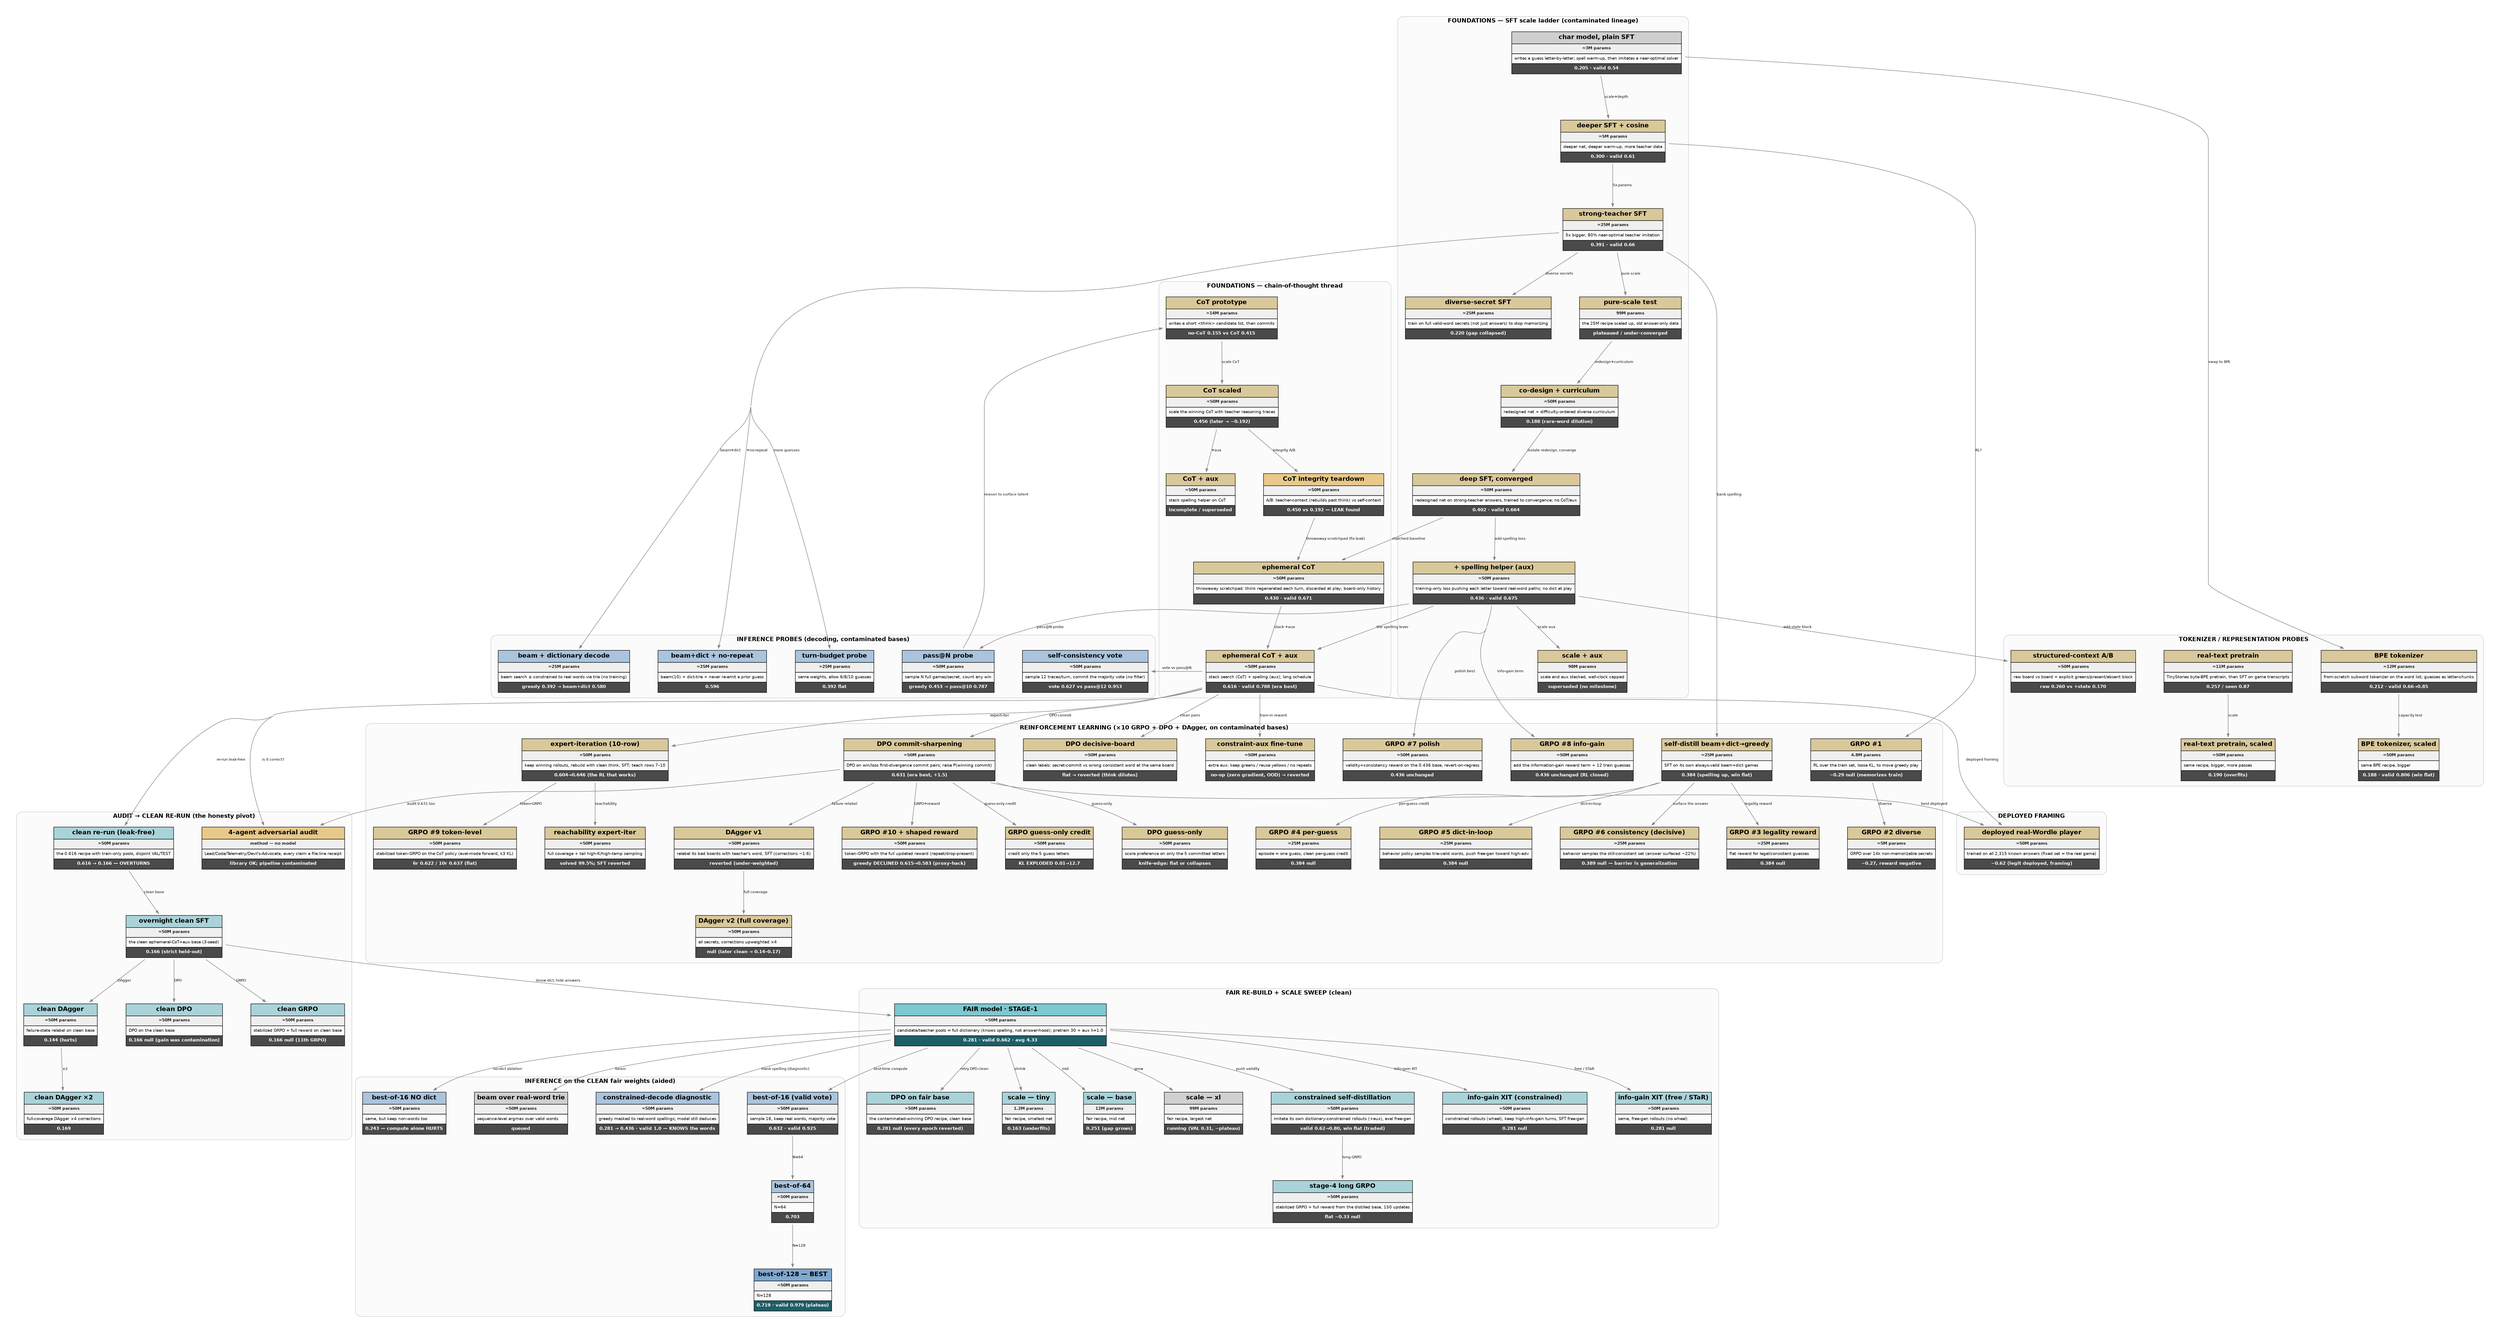
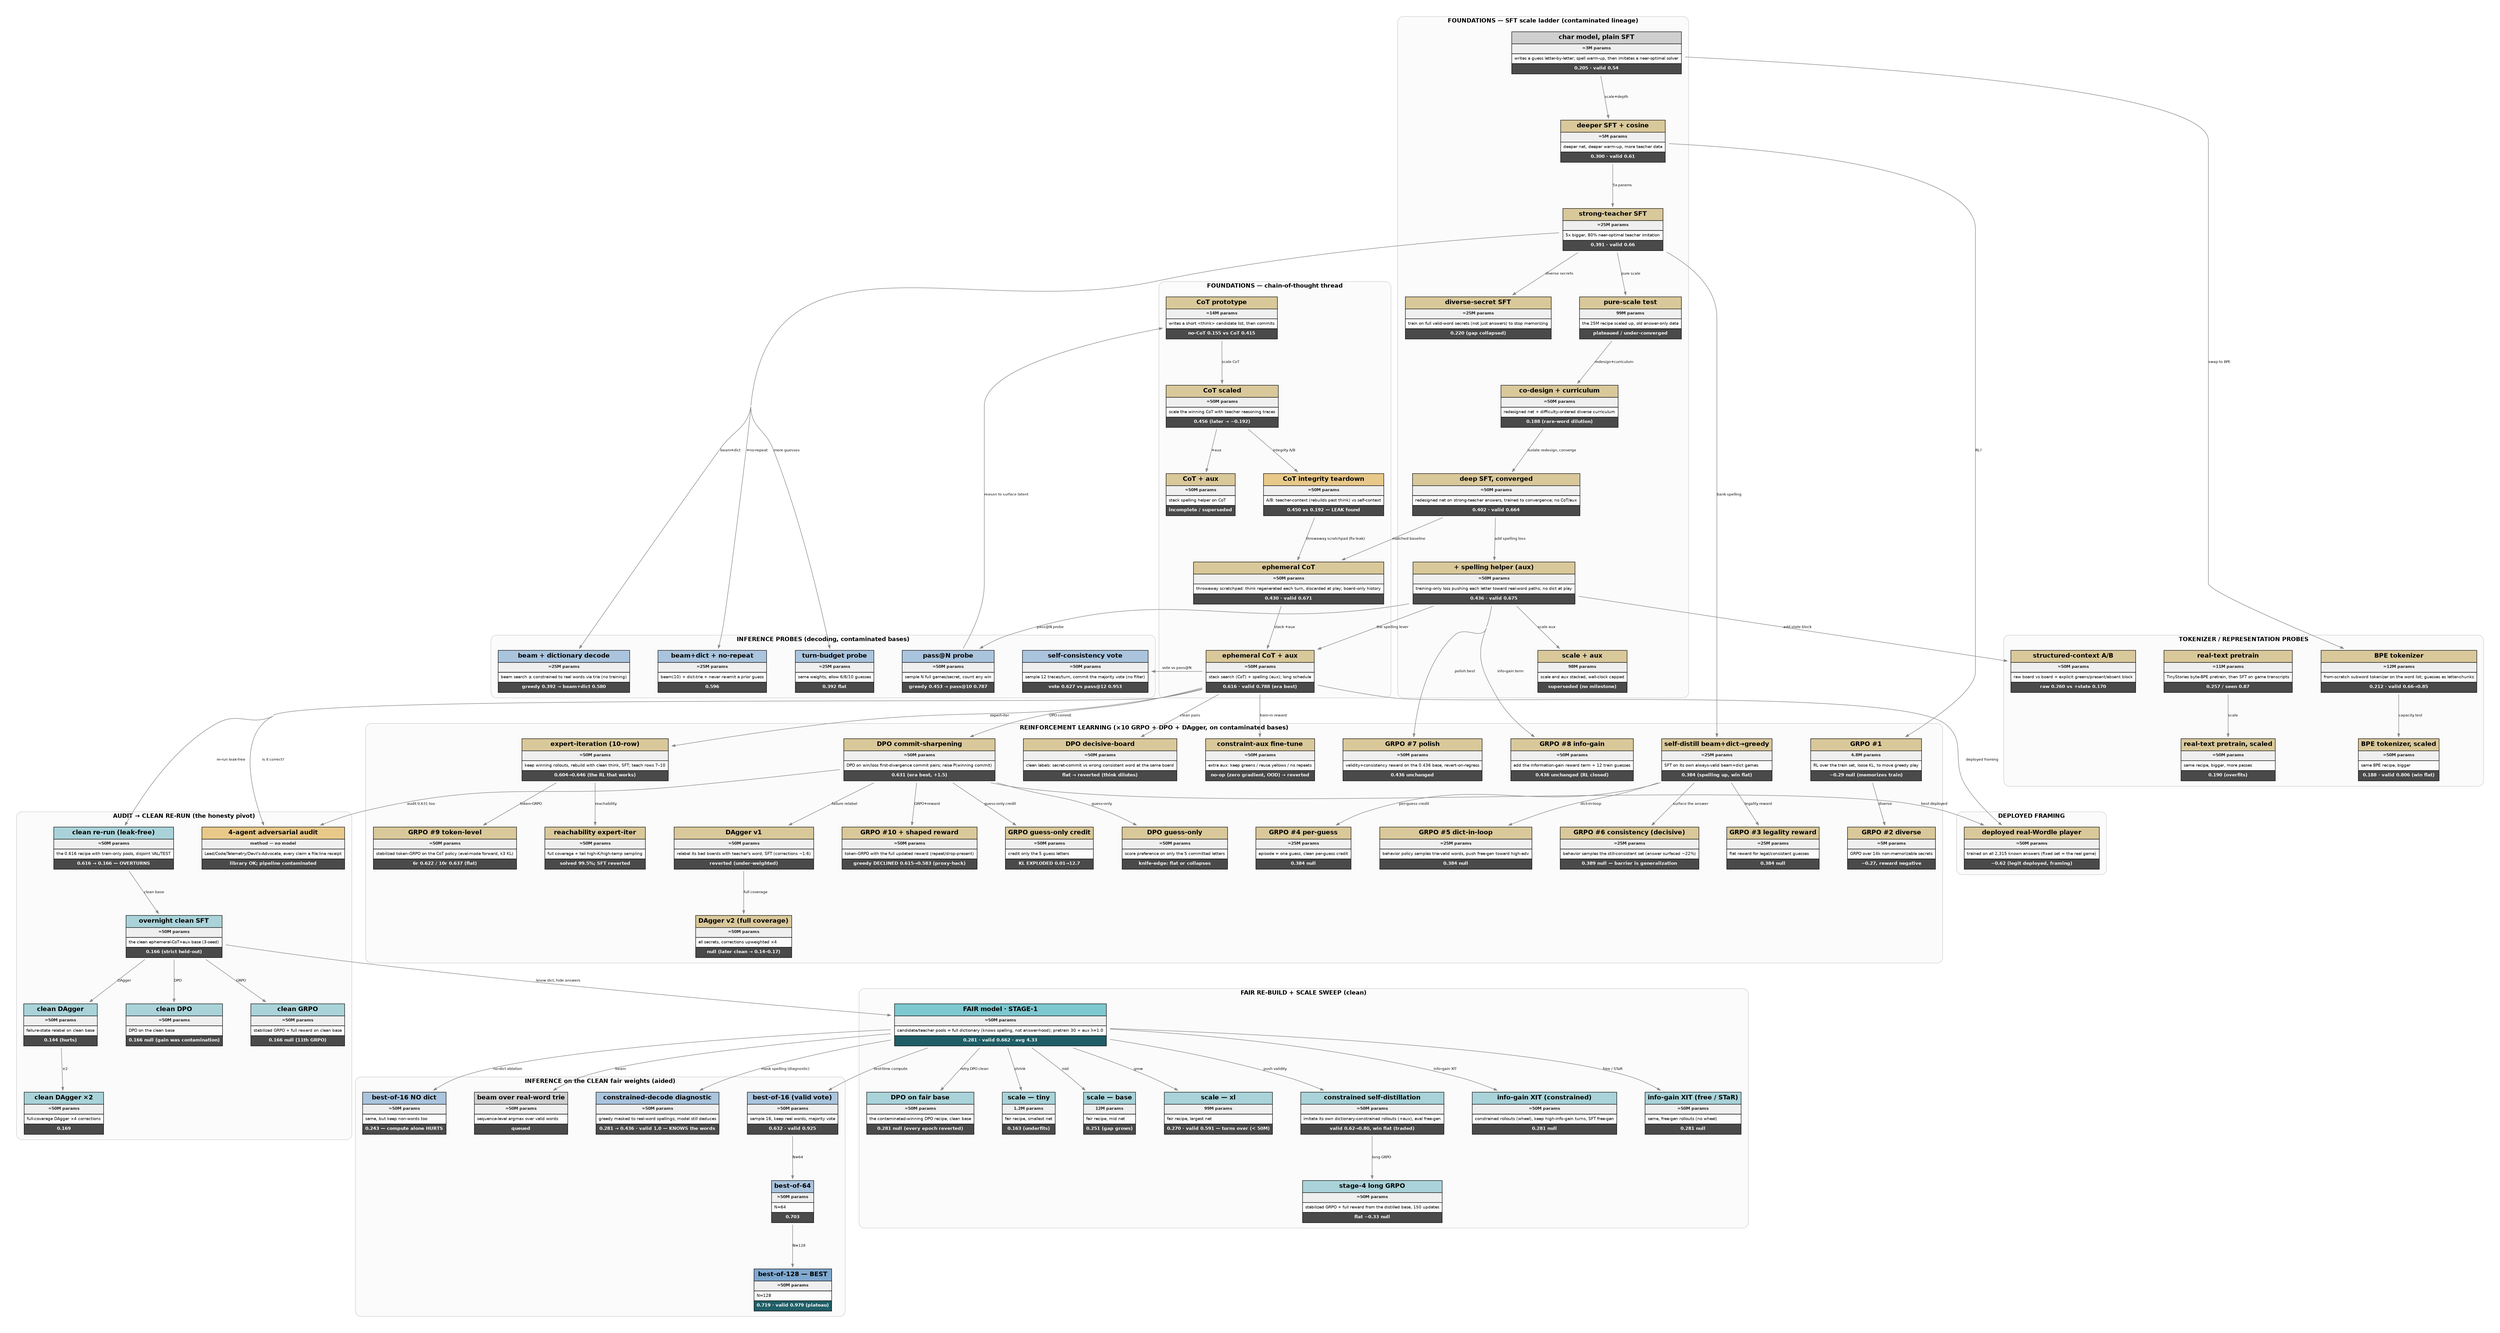
digraph experiments {
  rankdir=TB; bgcolor="white";
  graph [fontname="Helvetica", ranksep=1.2, nodesep=0.65, fontsize=13, concentrate=true, splines=spline, pad=0.4];
  node [shape=plaintext, fontname="Helvetica"];
  edge [fontname="Helvetica", fontsize=8, color="#888888", penwidth=1.1, arrowsize=0.7];
  subgraph cluster_found { label=<<B>FOUNDATIONS — SFT scale ladder (contaminated lineage)</B>>; fontsize=13; color="#cccccc"; style="rounded"; bgcolor="#fbfbfb";
    sft_3m [label=<<TABLE BORDER="0" CELLBORDER="1" CELLSPACING="0" CELLPADDING="5"><TR><TD BGCOLOR="#cfcfcf"><B>char model, plain SFT</B></TD></TR><TR><TD BGCOLOR="#efefef"><FONT POINT-SIZE="9" COLOR="#222222"><B>≈3M params</B></FONT></TD></TR><TR><TD ALIGN="LEFT"><FONT POINT-SIZE="9">writes a guess letter-by-letter; spell warm-up, then imitates a near-optimal solver</FONT></TD></TR><TR><TD BGCOLOR="#4a4a4a"><FONT COLOR="white" POINT-SIZE="10"><B>0.205 · valid 0.54</B></FONT></TD></TR></TABLE>>];
    sft_5m [label=<<TABLE BORDER="0" CELLBORDER="1" CELLSPACING="0" CELLPADDING="5"><TR><TD BGCOLOR="#d9c89a"><B>deeper SFT + cosine</B></TD></TR><TR><TD BGCOLOR="#efefef"><FONT POINT-SIZE="9" COLOR="#222222"><B>≈5M params</B></FONT></TD></TR><TR><TD ALIGN="LEFT"><FONT POINT-SIZE="9">deeper net, deeper warm-up, more teacher data</FONT></TD></TR><TR><TD BGCOLOR="#4a4a4a"><FONT COLOR="white" POINT-SIZE="10"><B>0.300 · valid 0.61</B></FONT></TD></TR></TABLE>>];
    sft_25m [label=<<TABLE BORDER="0" CELLBORDER="1" CELLSPACING="0" CELLPADDING="5"><TR><TD BGCOLOR="#d9c89a"><B>strong-teacher SFT</B></TD></TR><TR><TD BGCOLOR="#efefef"><FONT POINT-SIZE="9" COLOR="#222222"><B>≈25M params</B></FONT></TD></TR><TR><TD ALIGN="LEFT"><FONT POINT-SIZE="9">5x bigger, 80% near-optimal teacher imitation</FONT></TD></TR><TR><TD BGCOLOR="#4a4a4a"><FONT COLOR="white" POINT-SIZE="10"><B>0.391 · valid 0.66</B></FONT></TD></TR></TABLE>>];
    sft_25m_div [label=<<TABLE BORDER="0" CELLBORDER="1" CELLSPACING="0" CELLPADDING="5"><TR><TD BGCOLOR="#d9c89a"><B>diverse-secret SFT</B></TD></TR><TR><TD BGCOLOR="#efefef"><FONT POINT-SIZE="9" COLOR="#222222"><B>≈25M params</B></FONT></TD></TR><TR><TD ALIGN="LEFT"><FONT POINT-SIZE="9">train on full valid-word secrets (not just answers) to stop memorizing</FONT></TD></TR><TR><TD BGCOLOR="#4a4a4a"><FONT COLOR="white" POINT-SIZE="10"><B>0.220 (gap collapsed)</B></FONT></TD></TR></TABLE>>];
    scale_99m [label=<<TABLE BORDER="0" CELLBORDER="1" CELLSPACING="0" CELLPADDING="5"><TR><TD BGCOLOR="#d9c89a"><B>pure-scale test</B></TD></TR><TR><TD BGCOLOR="#efefef"><FONT POINT-SIZE="9" COLOR="#222222"><B>99M params</B></FONT></TD></TR><TR><TD ALIGN="LEFT"><FONT POINT-SIZE="9">the 25M recipe scaled up, old answer-only data</FONT></TD></TR><TR><TD BGCOLOR="#4a4a4a"><FONT COLOR="white" POINT-SIZE="10"><B>plateaued / under-converged</B></FONT></TD></TR></TABLE>>];
    codesign_50m [label=<<TABLE BORDER="0" CELLBORDER="1" CELLSPACING="0" CELLPADDING="5"><TR><TD BGCOLOR="#d9c89a"><B>co-design + curriculum</B></TD></TR><TR><TD BGCOLOR="#efefef"><FONT POINT-SIZE="9" COLOR="#222222"><B>≈50M params</B></FONT></TD></TR><TR><TD ALIGN="LEFT"><FONT POINT-SIZE="9">redesigned net + difficulty-ordered diverse curriculum</FONT></TD></TR><TR><TD BGCOLOR="#4a4a4a"><FONT COLOR="white" POINT-SIZE="10"><B>0.188 (rare-word dilution)</B></FONT></TD></TR></TABLE>>];
    sft_deep [label=<<TABLE BORDER="0" CELLBORDER="1" CELLSPACING="0" CELLPADDING="5"><TR><TD BGCOLOR="#d9c89a"><B>deep SFT, converged</B></TD></TR><TR><TD BGCOLOR="#efefef"><FONT POINT-SIZE="9" COLOR="#222222"><B>≈50M params</B></FONT></TD></TR><TR><TD ALIGN="LEFT"><FONT POINT-SIZE="9">redesigned net on strong-teacher answers, trained to convergence; no CoT/aux</FONT></TD></TR><TR><TD BGCOLOR="#4a4a4a"><FONT COLOR="white" POINT-SIZE="10"><B>0.402 · valid 0.664</B></FONT></TD></TR></TABLE>>];
    sft_aux [label=<<TABLE BORDER="0" CELLBORDER="1" CELLSPACING="0" CELLPADDING="5"><TR><TD BGCOLOR="#d9c89a"><B>+ spelling helper (aux)</B></TD></TR><TR><TD BGCOLOR="#efefef"><FONT POINT-SIZE="9" COLOR="#222222"><B>≈50M params</B></FONT></TD></TR><TR><TD ALIGN="LEFT"><FONT POINT-SIZE="9">training-only loss pushing each letter toward real-word paths; no dict at play</FONT></TD></TR><TR><TD BGCOLOR="#4a4a4a"><FONT COLOR="white" POINT-SIZE="10"><B>0.436 · valid 0.675</B></FONT></TD></TR></TABLE>>];
    sft_aux_xl [label=<<TABLE BORDER="0" CELLBORDER="1" CELLSPACING="0" CELLPADDING="5"><TR><TD BGCOLOR="#d9c89a"><B>scale + aux</B></TD></TR><TR><TD BGCOLOR="#efefef"><FONT POINT-SIZE="9" COLOR="#222222"><B>98M params</B></FONT></TD></TR><TR><TD ALIGN="LEFT"><FONT POINT-SIZE="9">scale and aux stacked, wall-clock capped</FONT></TD></TR><TR><TD BGCOLOR="#4a4a4a"><FONT COLOR="white" POINT-SIZE="10"><B>superseded (no milestone)</B></FONT></TD></TR></TABLE>>];
  }
  subgraph cluster_cot { label=<<B>FOUNDATIONS — chain-of-thought thread</B>>; fontsize=13; color="#cccccc"; style="rounded"; bgcolor="#fbfbfb";
    cot_14m [label=<<TABLE BORDER="0" CELLBORDER="1" CELLSPACING="0" CELLPADDING="5"><TR><TD BGCOLOR="#d9c89a"><B>CoT prototype</B></TD></TR><TR><TD BGCOLOR="#efefef"><FONT POINT-SIZE="9" COLOR="#222222"><B>≈14M params</B></FONT></TD></TR><TR><TD ALIGN="LEFT"><FONT POINT-SIZE="9">writes a short &lt;think&gt; candidate list, then commits</FONT></TD></TR><TR><TD BGCOLOR="#4a4a4a"><FONT COLOR="white" POINT-SIZE="10"><B>no-CoT 0.155 vs CoT 0.415</B></FONT></TD></TR></TABLE>>];
    cot_50m [label=<<TABLE BORDER="0" CELLBORDER="1" CELLSPACING="0" CELLPADDING="5"><TR><TD BGCOLOR="#d9c89a"><B>CoT scaled</B></TD></TR><TR><TD BGCOLOR="#efefef"><FONT POINT-SIZE="9" COLOR="#222222"><B>≈50M params</B></FONT></TD></TR><TR><TD ALIGN="LEFT"><FONT POINT-SIZE="9">scale the winning CoT with teacher reasoning traces</FONT></TD></TR><TR><TD BGCOLOR="#4a4a4a"><FONT COLOR="white" POINT-SIZE="10"><B>0.456 (later → ~0.192)</B></FONT></TD></TR></TABLE>>];
    cot_50m_aux [label=<<TABLE BORDER="0" CELLBORDER="1" CELLSPACING="0" CELLPADDING="5"><TR><TD BGCOLOR="#d9c89a"><B>CoT + aux</B></TD></TR><TR><TD BGCOLOR="#efefef"><FONT POINT-SIZE="9" COLOR="#222222"><B>≈50M params</B></FONT></TD></TR><TR><TD ALIGN="LEFT"><FONT POINT-SIZE="9">stack spelling helper on CoT</FONT></TD></TR><TR><TD BGCOLOR="#4a4a4a"><FONT COLOR="white" POINT-SIZE="10"><B>incomplete / superseded</B></FONT></TD></TR></TABLE>>];
    cot_show [label=<<TABLE BORDER="0" CELLBORDER="1" CELLSPACING="0" CELLPADDING="5"><TR><TD BGCOLOR="#e8c98a"><B>CoT integrity teardown</B></TD></TR><TR><TD BGCOLOR="#efefef"><FONT POINT-SIZE="9" COLOR="#222222"><B>≈50M params</B></FONT></TD></TR><TR><TD ALIGN="LEFT"><FONT POINT-SIZE="9">A/B: teacher-context (rebuilds past think) vs self-context</FONT></TD></TR><TR><TD BGCOLOR="#4a4a4a"><FONT COLOR="white" POINT-SIZE="10"><B>0.450 vs 0.192 — LEAK found</B></FONT></TD></TR></TABLE>>];
    cot_eph [label=<<TABLE BORDER="0" CELLBORDER="1" CELLSPACING="0" CELLPADDING="5"><TR><TD BGCOLOR="#d9c89a"><B>ephemeral CoT</B></TD></TR><TR><TD BGCOLOR="#efefef"><FONT POINT-SIZE="9" COLOR="#222222"><B>≈50M params</B></FONT></TD></TR><TR><TD ALIGN="LEFT"><FONT POINT-SIZE="9">throwaway scratchpad: think regenerated each turn, discarded at play; board-only history</FONT></TD></TR><TR><TD BGCOLOR="#4a4a4a"><FONT COLOR="white" POINT-SIZE="10"><B>0.430 · valid 0.671</B></FONT></TD></TR></TABLE>>];
    cot_eph_aux [label=<<TABLE BORDER="0" CELLBORDER="1" CELLSPACING="0" CELLPADDING="5"><TR><TD BGCOLOR="#d9c89a"><B>ephemeral CoT + aux</B></TD></TR><TR><TD BGCOLOR="#efefef"><FONT POINT-SIZE="9" COLOR="#222222"><B>≈50M params</B></FONT></TD></TR><TR><TD ALIGN="LEFT"><FONT POINT-SIZE="9">stack search (CoT) + spelling (aux); long schedule</FONT></TD></TR><TR><TD BGCOLOR="#4a4a4a"><FONT COLOR="white" POINT-SIZE="10"><B>0.616 · valid 0.788 (era best)</B></FONT></TD></TR></TABLE>>];
  }
  subgraph cluster_val { label=<<B>TOKENIZER / REPRESENTATION PROBES</B>>; fontsize=13; color="#cccccc"; style="rounded"; bgcolor="#fbfbfb";
    bpe_12m [label=<<TABLE BORDER="0" CELLBORDER="1" CELLSPACING="0" CELLPADDING="5"><TR><TD BGCOLOR="#d9c89a"><B>BPE tokenizer</B></TD></TR><TR><TD BGCOLOR="#efefef"><FONT POINT-SIZE="9" COLOR="#222222"><B>≈12M params</B></FONT></TD></TR><TR><TD ALIGN="LEFT"><FONT POINT-SIZE="9">from-scratch subword tokenizer on the word list; guesses as letter-chunks</FONT></TD></TR><TR><TD BGCOLOR="#4a4a4a"><FONT COLOR="white" POINT-SIZE="10"><B>0.212 · valid 0.66→0.85</B></FONT></TD></TR></TABLE>>];
    bpe_50m [label=<<TABLE BORDER="0" CELLBORDER="1" CELLSPACING="0" CELLPADDING="5"><TR><TD BGCOLOR="#d9c89a"><B>BPE tokenizer, scaled</B></TD></TR><TR><TD BGCOLOR="#efefef"><FONT POINT-SIZE="9" COLOR="#222222"><B>≈50M params</B></FONT></TD></TR><TR><TD ALIGN="LEFT"><FONT POINT-SIZE="9">same BPE recipe, bigger</FONT></TD></TR><TR><TD BGCOLOR="#4a4a4a"><FONT COLOR="white" POINT-SIZE="10"><B>0.188 · valid 0.806 (win flat)</B></FONT></TD></TR></TABLE>>];
    oreo_11m [label=<<TABLE BORDER="0" CELLBORDER="1" CELLSPACING="0" CELLPADDING="5"><TR><TD BGCOLOR="#d9c89a"><B>real-text pretrain</B></TD></TR><TR><TD BGCOLOR="#efefef"><FONT POINT-SIZE="9" COLOR="#222222"><B>≈11M params</B></FONT></TD></TR><TR><TD ALIGN="LEFT"><FONT POINT-SIZE="9">TinyStories byte-BPE pretrain, then SFT on game transcripts</FONT></TD></TR><TR><TD BGCOLOR="#4a4a4a"><FONT COLOR="white" POINT-SIZE="10"><B>0.257 / seen 0.87</B></FONT></TD></TR></TABLE>>];
    oreo_50m [label=<<TABLE BORDER="0" CELLBORDER="1" CELLSPACING="0" CELLPADDING="5"><TR><TD BGCOLOR="#d9c89a"><B>real-text pretrain, scaled</B></TD></TR><TR><TD BGCOLOR="#efefef"><FONT POINT-SIZE="9" COLOR="#222222"><B>≈50M params</B></FONT></TD></TR><TR><TD ALIGN="LEFT"><FONT POINT-SIZE="9">same recipe, bigger, more passes</FONT></TD></TR><TR><TD BGCOLOR="#4a4a4a"><FONT COLOR="white" POINT-SIZE="10"><B>0.190 (overfits)</B></FONT></TD></TR></TABLE>>];
    structured_ctx [label=<<TABLE BORDER="0" CELLBORDER="1" CELLSPACING="0" CELLPADDING="5"><TR><TD BGCOLOR="#d9c89a"><B>structured-context A/B</B></TD></TR><TR><TD BGCOLOR="#efefef"><FONT POINT-SIZE="9" COLOR="#222222"><B>≈50M params</B></FONT></TD></TR><TR><TD ALIGN="LEFT"><FONT POINT-SIZE="9">raw board vs board + explicit greens/present/absent block</FONT></TD></TR><TR><TD BGCOLOR="#4a4a4a"><FONT COLOR="white" POINT-SIZE="10"><B>raw 0.260 vs +state 0.170</B></FONT></TD></TR></TABLE>>];
  }
  subgraph cluster_rl { label=<<B>REINFORCEMENT LEARNING (×10 GRPO + DPO + DAgger, on contaminated bases)</B>>; fontsize=13; color="#cccccc"; style="rounded"; bgcolor="#fbfbfb";
    grpo_5m [label=<<TABLE BORDER="0" CELLBORDER="1" CELLSPACING="0" CELLPADDING="5"><TR><TD BGCOLOR="#d9c89a"><B>GRPO #1</B></TD></TR><TR><TD BGCOLOR="#efefef"><FONT POINT-SIZE="9" COLOR="#222222"><B>4.8M params</B></FONT></TD></TR><TR><TD ALIGN="LEFT"><FONT POINT-SIZE="9">RL over the train set, loose KL, to move greedy play</FONT></TD></TR><TR><TD BGCOLOR="#4a4a4a"><FONT COLOR="white" POINT-SIZE="10"><B>~0.29 null (memorizes train)</B></FONT></TD></TR></TABLE>>];
    grpo_5m_div [label=<<TABLE BORDER="0" CELLBORDER="1" CELLSPACING="0" CELLPADDING="5"><TR><TD BGCOLOR="#d9c89a"><B>GRPO #2 diverse</B></TD></TR><TR><TD BGCOLOR="#efefef"><FONT POINT-SIZE="9" COLOR="#222222"><B>≈5M params</B></FONT></TD></TR><TR><TD ALIGN="LEFT"><FONT POINT-SIZE="9">GRPO over 14k non-memorizable secrets</FONT></TD></TR><TR><TD BGCOLOR="#4a4a4a"><FONT COLOR="white" POINT-SIZE="10"><B>~0.27, reward negative</B></FONT></TD></TR></TABLE>>];
    self_distill_25m [label=<<TABLE BORDER="0" CELLBORDER="1" CELLSPACING="0" CELLPADDING="5"><TR><TD BGCOLOR="#d9c89a"><B>self-distill beam+dict→greedy</B></TD></TR><TR><TD BGCOLOR="#efefef"><FONT POINT-SIZE="9" COLOR="#222222"><B>≈25M params</B></FONT></TD></TR><TR><TD ALIGN="LEFT"><FONT POINT-SIZE="9">SFT on its own always-valid beam+dict games</FONT></TD></TR><TR><TD BGCOLOR="#4a4a4a"><FONT COLOR="white" POINT-SIZE="10"><B>0.384 (spelling up, win flat)</B></FONT></TD></TR></TABLE>>];
    rl_consistency [label=<<TABLE BORDER="0" CELLBORDER="1" CELLSPACING="0" CELLPADDING="5"><TR><TD BGCOLOR="#d9c89a"><B>GRPO #3 legality reward</B></TD></TR><TR><TD BGCOLOR="#efefef"><FONT POINT-SIZE="9" COLOR="#222222"><B>≈25M params</B></FONT></TD></TR><TR><TD ALIGN="LEFT"><FONT POINT-SIZE="9">flat reward for legal/consistent guesses</FONT></TD></TR><TR><TD BGCOLOR="#4a4a4a"><FONT COLOR="white" POINT-SIZE="10"><B>0.384 null</B></FONT></TD></TR></TABLE>>];
    rl_perguess [label=<<TABLE BORDER="0" CELLBORDER="1" CELLSPACING="0" CELLPADDING="5"><TR><TD BGCOLOR="#d9c89a"><B>GRPO #4 per-guess</B></TD></TR><TR><TD BGCOLOR="#efefef"><FONT POINT-SIZE="9" COLOR="#222222"><B>≈25M params</B></FONT></TD></TR><TR><TD ALIGN="LEFT"><FONT POINT-SIZE="9">episode = one guess, clean per-guess credit</FONT></TD></TR><TR><TD BGCOLOR="#4a4a4a"><FONT COLOR="white" POINT-SIZE="10"><B>0.384 null</B></FONT></TD></TR></TABLE>>];
    rl_dict [label=<<TABLE BORDER="0" CELLBORDER="1" CELLSPACING="0" CELLPADDING="5"><TR><TD BGCOLOR="#d9c89a"><B>GRPO #5 dict-in-loop</B></TD></TR><TR><TD BGCOLOR="#efefef"><FONT POINT-SIZE="9" COLOR="#222222"><B>≈25M params</B></FONT></TD></TR><TR><TD ALIGN="LEFT"><FONT POINT-SIZE="9">behavior policy samples trie-valid words, push free-gen toward high-adv</FONT></TD></TR><TR><TD BGCOLOR="#4a4a4a"><FONT COLOR="white" POINT-SIZE="10"><B>0.384 null</B></FONT></TD></TR></TABLE>>];
    rl_constrained [label=<<TABLE BORDER="0" CELLBORDER="1" CELLSPACING="0" CELLPADDING="5"><TR><TD BGCOLOR="#d9c89a"><B>GRPO #6 consistency (decisive)</B></TD></TR><TR><TD BGCOLOR="#efefef"><FONT POINT-SIZE="9" COLOR="#222222"><B>≈25M params</B></FONT></TD></TR><TR><TD ALIGN="LEFT"><FONT POINT-SIZE="9">behavior samples the still-consistent set (answer surfaced ~22%)</FONT></TD></TR><TR><TD BGCOLOR="#4a4a4a"><FONT COLOR="white" POINT-SIZE="10"><B>0.389 null — barrier is generalization</B></FONT></TD></TR></TABLE>>];
    rl_polish [label=<<TABLE BORDER="0" CELLBORDER="1" CELLSPACING="0" CELLPADDING="5"><TR><TD BGCOLOR="#d9c89a"><B>GRPO #7 polish</B></TD></TR><TR><TD BGCOLOR="#efefef"><FONT POINT-SIZE="9" COLOR="#222222"><B>≈50M params</B></FONT></TD></TR><TR><TD ALIGN="LEFT"><FONT POINT-SIZE="9">validity+consistency reward on the 0.436 base, revert-on-regress</FONT></TD></TR><TR><TD BGCOLOR="#4a4a4a"><FONT COLOR="white" POINT-SIZE="10"><B>0.436 unchanged</B></FONT></TD></TR></TABLE>>];
    rl_infogain [label=<<TABLE BORDER="0" CELLBORDER="1" CELLSPACING="0" CELLPADDING="5"><TR><TD BGCOLOR="#d9c89a"><B>GRPO #8 info-gain</B></TD></TR><TR><TD BGCOLOR="#efefef"><FONT POINT-SIZE="9" COLOR="#222222"><B>≈50M params</B></FONT></TD></TR><TR><TD ALIGN="LEFT"><FONT POINT-SIZE="9">add the information-gain reward term + 12 train guesses</FONT></TD></TR><TR><TD BGCOLOR="#4a4a4a"><FONT COLOR="white" POINT-SIZE="10"><B>0.436 unchanged (RL closed)</B></FONT></TD></TR></TABLE>>];
    rl_expert_10row [label=<<TABLE BORDER="0" CELLBORDER="1" CELLSPACING="0" CELLPADDING="5"><TR><TD BGCOLOR="#d9c89a"><B>expert-iteration (10-row)</B></TD></TR><TR><TD BGCOLOR="#efefef"><FONT POINT-SIZE="9" COLOR="#222222"><B>≈50M params</B></FONT></TD></TR><TR><TD ALIGN="LEFT"><FONT POINT-SIZE="9">keep winning rollouts, rebuild with clean think, SFT; teach rows 7–10</FONT></TD></TR><TR><TD BGCOLOR="#4a4a4a"><FONT COLOR="white" POINT-SIZE="10"><B>0.604→0.646 (the RL that works)</B></FONT></TD></TR></TABLE>>];
    rl_expert_tail [label=<<TABLE BORDER="0" CELLBORDER="1" CELLSPACING="0" CELLPADDING="5"><TR><TD BGCOLOR="#d9c89a"><B>reachability expert-iter</B></TD></TR><TR><TD BGCOLOR="#efefef"><FONT POINT-SIZE="9" COLOR="#222222"><B>≈50M params</B></FONT></TD></TR><TR><TD ALIGN="LEFT"><FONT POINT-SIZE="9">full coverage + tail high-K/high-temp sampling</FONT></TD></TR><TR><TD BGCOLOR="#4a4a4a"><FONT COLOR="white" POINT-SIZE="10"><B>solved 99.5%; SFT reverted</B></FONT></TD></TR></TABLE>>];
    rl_grpo_polish [label=<<TABLE BORDER="0" CELLBORDER="1" CELLSPACING="0" CELLPADDING="5"><TR><TD BGCOLOR="#d9c89a"><B>GRPO #9 token-level</B></TD></TR><TR><TD BGCOLOR="#efefef"><FONT POINT-SIZE="9" COLOR="#222222"><B>≈50M params</B></FONT></TD></TR><TR><TD ALIGN="LEFT"><FONT POINT-SIZE="9">stabilized token-GRPO on the CoT policy (eval-mode forward, k3 KL)</FONT></TD></TR><TR><TD BGCOLOR="#4a4a4a"><FONT COLOR="white" POINT-SIZE="10"><B>6r 0.622 / 10r 0.637 (flat)</B></FONT></TD></TR></TABLE>>];
    dpo_commit [label=<<TABLE BORDER="0" CELLBORDER="1" CELLSPACING="0" CELLPADDING="5"><TR><TD BGCOLOR="#d9c89a"><B>DPO commit-sharpening</B></TD></TR><TR><TD BGCOLOR="#efefef"><FONT POINT-SIZE="9" COLOR="#222222"><B>≈50M params</B></FONT></TD></TR><TR><TD ALIGN="LEFT"><FONT POINT-SIZE="9">DPO on win/loss first-divergence commit pairs; raise P(winning commit)</FONT></TD></TR><TR><TD BGCOLOR="#4a4a4a"><FONT COLOR="white" POINT-SIZE="10"><B>0.631 (era best, +1.5)</B></FONT></TD></TR></TABLE>>];
    dpo_decisive [label=<<TABLE BORDER="0" CELLBORDER="1" CELLSPACING="0" CELLPADDING="5"><TR><TD BGCOLOR="#d9c89a"><B>DPO decisive-board</B></TD></TR><TR><TD BGCOLOR="#efefef"><FONT POINT-SIZE="9" COLOR="#222222"><B>≈50M params</B></FONT></TD></TR><TR><TD ALIGN="LEFT"><FONT POINT-SIZE="9">clean labels: secret-commit vs wrong consistent word at the same board</FONT></TD></TR><TR><TD BGCOLOR="#4a4a4a"><FONT COLOR="white" POINT-SIZE="10"><B>flat → reverted (think dilutes)</B></FONT></TD></TR></TABLE>>];
    dpo_guessonly [label=<<TABLE BORDER="0" CELLBORDER="1" CELLSPACING="0" CELLPADDING="5"><TR><TD BGCOLOR="#d9c89a"><B>DPO guess-only</B></TD></TR><TR><TD BGCOLOR="#efefef"><FONT POINT-SIZE="9" COLOR="#222222"><B>≈50M params</B></FONT></TD></TR><TR><TD ALIGN="LEFT"><FONT POINT-SIZE="9">score preference on only the 5 committed letters</FONT></TD></TR><TR><TD BGCOLOR="#4a4a4a"><FONT COLOR="white" POINT-SIZE="10"><B>knife-edge: flat or collapses</B></FONT></TD></TR></TABLE>>];
    constraint_aux [label=<<TABLE BORDER="0" CELLBORDER="1" CELLSPACING="0" CELLPADDING="5"><TR><TD BGCOLOR="#d9c89a"><B>constraint-aux fine-tune</B></TD></TR><TR><TD BGCOLOR="#efefef"><FONT POINT-SIZE="9" COLOR="#222222"><B>≈50M params</B></FONT></TD></TR><TR><TD ALIGN="LEFT"><FONT POINT-SIZE="9">extra aux: keep greens / reuse yellows / no repeats</FONT></TD></TR><TR><TD BGCOLOR="#4a4a4a"><FONT COLOR="white" POINT-SIZE="10"><B>no-op (zero gradient, OOD) → reverted</B></FONT></TD></TR></TABLE>>];
    dagger_v1 [label=<<TABLE BORDER="0" CELLBORDER="1" CELLSPACING="0" CELLPADDING="5"><TR><TD BGCOLOR="#d9c89a"><B>DAgger v1</B></TD></TR><TR><TD BGCOLOR="#efefef"><FONT POINT-SIZE="9" COLOR="#222222"><B>≈50M params</B></FONT></TD></TR><TR><TD ALIGN="LEFT"><FONT POINT-SIZE="9">relabel its bad boards with teacher's word, SFT (corrections ~1:6)</FONT></TD></TR><TR><TD BGCOLOR="#4a4a4a"><FONT COLOR="white" POINT-SIZE="10"><B>reverted (under-weighted)</B></FONT></TD></TR></TABLE>>];
    rl_grpo_reward [label=<<TABLE BORDER="0" CELLBORDER="1" CELLSPACING="0" CELLPADDING="5"><TR><TD BGCOLOR="#d9c89a"><B>GRPO #10 + shaped reward</B></TD></TR><TR><TD BGCOLOR="#efefef"><FONT POINT-SIZE="9" COLOR="#222222"><B>≈50M params</B></FONT></TD></TR><TR><TD ALIGN="LEFT"><FONT POINT-SIZE="9">token-GRPO with the full updated reward (repeat/drop-present)</FONT></TD></TR><TR><TD BGCOLOR="#4a4a4a"><FONT COLOR="white" POINT-SIZE="10"><B>greedy DECLINED 0.615→0.583 (proxy-hack)</B></FONT></TD></TR></TABLE>>];
    rl_grpo_guessonly [label=<<TABLE BORDER="0" CELLBORDER="1" CELLSPACING="0" CELLPADDING="5"><TR><TD BGCOLOR="#d9c89a"><B>GRPO guess-only credit</B></TD></TR><TR><TD BGCOLOR="#efefef"><FONT POINT-SIZE="9" COLOR="#222222"><B>≈50M params</B></FONT></TD></TR><TR><TD ALIGN="LEFT"><FONT POINT-SIZE="9">credit only the 5 guess letters</FONT></TD></TR><TR><TD BGCOLOR="#4a4a4a"><FONT COLOR="white" POINT-SIZE="10"><B>KL EXPLODED 0.01→12.7</B></FONT></TD></TR></TABLE>>];
    dagger_v2 [label=<<TABLE BORDER="0" CELLBORDER="1" CELLSPACING="0" CELLPADDING="5"><TR><TD BGCOLOR="#d9c89a"><B>DAgger v2 (full coverage)</B></TD></TR><TR><TD BGCOLOR="#efefef"><FONT POINT-SIZE="9" COLOR="#222222"><B>≈50M params</B></FONT></TD></TR><TR><TD ALIGN="LEFT"><FONT POINT-SIZE="9">all secrets, corrections upweighted ×4</FONT></TD></TR><TR><TD BGCOLOR="#4a4a4a"><FONT COLOR="white" POINT-SIZE="10"><B>null (later clean → 0.14–0.17)</B></FONT></TD></TR></TABLE>>];
  }
  subgraph cluster_audit { label=<<B>AUDIT → CLEAN RE-RUN (the honesty pivot)</B>>; fontsize=13; color="#cccccc"; style="rounded"; bgcolor="#fbfbfb";
    audit [label=<<TABLE BORDER="0" CELLBORDER="1" CELLSPACING="0" CELLPADDING="5"><TR><TD BGCOLOR="#e8c98a"><B>4-agent adversarial audit</B></TD></TR><TR><TD BGCOLOR="#efefef"><FONT POINT-SIZE="9" COLOR="#222222"><B>method — no model</B></FONT></TD></TR><TR><TD ALIGN="LEFT"><FONT POINT-SIZE="9">Lead/Code/Telemetry/Devil's-Advocate, every claim a file:line receipt</FONT></TD></TR><TR><TD BGCOLOR="#4a4a4a"><FONT COLOR="white" POINT-SIZE="10"><B>library OK; pipeline contaminated</B></FONT></TD></TR></TABLE>>];
    clean_rerun [label=<<TABLE BORDER="0" CELLBORDER="1" CELLSPACING="0" CELLPADDING="5"><TR><TD BGCOLOR="#a9d3d9"><B>clean re-run (leak-free)</B></TD></TR><TR><TD BGCOLOR="#efefef"><FONT POINT-SIZE="9" COLOR="#222222"><B>≈50M params</B></FONT></TD></TR><TR><TD ALIGN="LEFT"><FONT POINT-SIZE="9">the 0.616 recipe with train-only pools, disjoint VAL/TEST</FONT></TD></TR><TR><TD BGCOLOR="#4a4a4a"><FONT COLOR="white" POINT-SIZE="10"><B>0.616 → 0.166 — OVERTURNS</B></FONT></TD></TR></TABLE>>];
    overnight_clean_sft [label=<<TABLE BORDER="0" CELLBORDER="1" CELLSPACING="0" CELLPADDING="5"><TR><TD BGCOLOR="#a9d3d9"><B>overnight clean SFT</B></TD></TR><TR><TD BGCOLOR="#efefef"><FONT POINT-SIZE="9" COLOR="#222222"><B>≈50M params</B></FONT></TD></TR><TR><TD ALIGN="LEFT"><FONT POINT-SIZE="9">the clean ephemeral-CoT+aux base (3-seed)</FONT></TD></TR><TR><TD BGCOLOR="#4a4a4a"><FONT COLOR="white" POINT-SIZE="10"><B>0.166 (strict held-out)</B></FONT></TD></TR></TABLE>>];
    overnight_clean_dpo [label=<<TABLE BORDER="0" CELLBORDER="1" CELLSPACING="0" CELLPADDING="5"><TR><TD BGCOLOR="#a9d3d9"><B>clean DPO</B></TD></TR><TR><TD BGCOLOR="#efefef"><FONT POINT-SIZE="9" COLOR="#222222"><B>≈50M params</B></FONT></TD></TR><TR><TD ALIGN="LEFT"><FONT POINT-SIZE="9">DPO on the clean base</FONT></TD></TR><TR><TD BGCOLOR="#4a4a4a"><FONT COLOR="white" POINT-SIZE="10"><B>0.166 null (gain was contamination)</B></FONT></TD></TR></TABLE>>];
    overnight_clean_grpo [label=<<TABLE BORDER="0" CELLBORDER="1" CELLSPACING="0" CELLPADDING="5"><TR><TD BGCOLOR="#a9d3d9"><B>clean GRPO</B></TD></TR><TR><TD BGCOLOR="#efefef"><FONT POINT-SIZE="9" COLOR="#222222"><B>≈50M params</B></FONT></TD></TR><TR><TD ALIGN="LEFT"><FONT POINT-SIZE="9">stabilized GRPO + full reward on clean base</FONT></TD></TR><TR><TD BGCOLOR="#4a4a4a"><FONT COLOR="white" POINT-SIZE="10"><B>0.166 null (11th GRPO)</B></FONT></TD></TR></TABLE>>];
    overnight_clean_dagger [label=<<TABLE BORDER="0" CELLBORDER="1" CELLSPACING="0" CELLPADDING="5"><TR><TD BGCOLOR="#a9d3d9"><B>clean DAgger</B></TD></TR><TR><TD BGCOLOR="#efefef"><FONT POINT-SIZE="9" COLOR="#222222"><B>≈50M params</B></FONT></TD></TR><TR><TD ALIGN="LEFT"><FONT POINT-SIZE="9">failure-state relabel on clean base</FONT></TD></TR><TR><TD BGCOLOR="#4a4a4a"><FONT COLOR="white" POINT-SIZE="10"><B>0.144 (hurts)</B></FONT></TD></TR></TABLE>>];
    overnight_clean_dagger2 [label=<<TABLE BORDER="0" CELLBORDER="1" CELLSPACING="0" CELLPADDING="5"><TR><TD BGCOLOR="#a9d3d9"><B>clean DAgger ×2</B></TD></TR><TR><TD BGCOLOR="#efefef"><FONT POINT-SIZE="9" COLOR="#222222"><B>≈50M params</B></FONT></TD></TR><TR><TD ALIGN="LEFT"><FONT POINT-SIZE="9">full-coverage DAgger ×4 corrections</FONT></TD></TR><TR><TD BGCOLOR="#4a4a4a"><FONT COLOR="white" POINT-SIZE="10"><B>0.169</B></FONT></TD></TR></TABLE>>];
  }
  subgraph cluster_scale { label=<<B>FAIR RE-BUILD + SCALE SWEEP (clean)</B>>; fontsize=13; color="#cccccc"; style="rounded"; bgcolor="#fbfbfb";
    fair_stage1 [label=<<TABLE BORDER="0" CELLBORDER="1" CELLSPACING="0" CELLPADDING="5"><TR><TD BGCOLOR="#7ec8d0"><B>FAIR model · STAGE-1</B></TD></TR><TR><TD BGCOLOR="#efefef"><FONT POINT-SIZE="9" COLOR="#222222"><B>≈50M params</B></FONT></TD></TR><TR><TD ALIGN="LEFT"><FONT POINT-SIZE="9">candidate/teacher pools = full dictionary (knows spelling, not answer-hood); pretrain 30 + aux λ=1.0</FONT></TD></TR><TR><TD BGCOLOR="#1f5e66"><FONT COLOR="white" POINT-SIZE="10"><B>0.281 · valid 0.662 · avg 4.33</B></FONT></TD></TR></TABLE>>];
    distill_constrained [label=<<TABLE BORDER="0" CELLBORDER="1" CELLSPACING="0" CELLPADDING="5"><TR><TD BGCOLOR="#a9d3d9"><B>constrained self-distillation</B></TD></TR><TR><TD BGCOLOR="#efefef"><FONT POINT-SIZE="9" COLOR="#222222"><B>≈50M params</B></FONT></TD></TR><TR><TD ALIGN="LEFT"><FONT POINT-SIZE="9">imitate its own dictionary-constrained rollouts (+aux), eval free-gen</FONT></TD></TR><TR><TD BGCOLOR="#4a4a4a"><FONT COLOR="white" POINT-SIZE="10"><B>valid 0.62→0.80, win flat (traded)</B></FONT></TD></TR></TABLE>>];
    infogain_xit_c [label=<<TABLE BORDER="0" CELLBORDER="1" CELLSPACING="0" CELLPADDING="5"><TR><TD BGCOLOR="#a9d3d9"><B>info-gain XIT (constrained)</B></TD></TR><TR><TD BGCOLOR="#efefef"><FONT POINT-SIZE="9" COLOR="#222222"><B>≈50M params</B></FONT></TD></TR><TR><TD ALIGN="LEFT"><FONT POINT-SIZE="9">constrained rollouts (wheel), keep high-info-gain turns, SFT free-gen</FONT></TD></TR><TR><TD BGCOLOR="#4a4a4a"><FONT COLOR="white" POINT-SIZE="10"><B>0.281 null</B></FONT></TD></TR></TABLE>>];
    infogain_xit_f [label=<<TABLE BORDER="0" CELLBORDER="1" CELLSPACING="0" CELLPADDING="5"><TR><TD BGCOLOR="#a9d3d9"><B>info-gain XIT (free / STaR)</B></TD></TR><TR><TD BGCOLOR="#efefef"><FONT POINT-SIZE="9" COLOR="#222222"><B>≈50M params</B></FONT></TD></TR><TR><TD ALIGN="LEFT"><FONT POINT-SIZE="9">same, free-gen rollouts (no wheel)</FONT></TD></TR><TR><TD BGCOLOR="#4a4a4a"><FONT COLOR="white" POINT-SIZE="10"><B>0.281 null</B></FONT></TD></TR></TABLE>>];
    dpo_fair [label=<<TABLE BORDER="0" CELLBORDER="1" CELLSPACING="0" CELLPADDING="5"><TR><TD BGCOLOR="#a9d3d9"><B>DPO on fair base</B></TD></TR><TR><TD BGCOLOR="#efefef"><FONT POINT-SIZE="9" COLOR="#222222"><B>≈50M params</B></FONT></TD></TR><TR><TD ALIGN="LEFT"><FONT POINT-SIZE="9">the contaminated-winning DPO recipe, clean base</FONT></TD></TR><TR><TD BGCOLOR="#4a4a4a"><FONT COLOR="white" POINT-SIZE="10"><B>0.281 null (every epoch reverted)</B></FONT></TD></TR></TABLE>>];
    grpo_full_fair [label=<<TABLE BORDER="0" CELLBORDER="1" CELLSPACING="0" CELLPADDING="5"><TR><TD BGCOLOR="#a9d3d9"><B>stage-4 long GRPO</B></TD></TR><TR><TD BGCOLOR="#efefef"><FONT POINT-SIZE="9" COLOR="#222222"><B>≈50M params</B></FONT></TD></TR><TR><TD ALIGN="LEFT"><FONT POINT-SIZE="9">stabilized GRPO + full reward from the distilled base, 150 updates</FONT></TD></TR><TR><TD BGCOLOR="#4a4a4a"><FONT COLOR="white" POINT-SIZE="10"><B>flat ~0.33 null</B></FONT></TD></TR></TABLE>>];
    scale_tiny [label=<<TABLE BORDER="0" CELLBORDER="1" CELLSPACING="0" CELLPADDING="5"><TR><TD BGCOLOR="#a9d3d9"><B>scale — tiny</B></TD></TR><TR><TD BGCOLOR="#efefef"><FONT POINT-SIZE="9" COLOR="#222222"><B>1.2M params</B></FONT></TD></TR><TR><TD ALIGN="LEFT"><FONT POINT-SIZE="9">fair recipe, smallest net</FONT></TD></TR><TR><TD BGCOLOR="#4a4a4a"><FONT COLOR="white" POINT-SIZE="10"><B>0.163 (underfits)</B></FONT></TD></TR></TABLE>>];
    scale_base [label=<<TABLE BORDER="0" CELLBORDER="1" CELLSPACING="0" CELLPADDING="5"><TR><TD BGCOLOR="#a9d3d9"><B>scale — base</B></TD></TR><TR><TD BGCOLOR="#efefef"><FONT POINT-SIZE="9" COLOR="#222222"><B>12M params</B></FONT></TD></TR><TR><TD ALIGN="LEFT"><FONT POINT-SIZE="9">fair recipe, mid net</FONT></TD></TR><TR><TD BGCOLOR="#4a4a4a"><FONT COLOR="white" POINT-SIZE="10"><B>0.251 (gap grows)</B></FONT></TD></TR></TABLE>>];
-     scale_xl [label=<<TABLE BORDER="0" CELLBORDER="1" CELLSPACING="0" CELLPADDING="5"><TR><TD BGCOLOR="#d0d0d0"><B>scale — xl</B></TD></TR><TR><TD BGCOLOR="#efefef"><FONT POINT-SIZE="9" COLOR="#222222"><B>99M params</B></FONT></TD></TR><TR><TD ALIGN="LEFT"><FONT POINT-SIZE="9">fair recipe, largest net</FONT></TD></TR><TR><TD BGCOLOR="#4a4a4a"><FONT COLOR="white" POINT-SIZE="10"><B>running (VAL 0.31, ~plateau)</B></FONT></TD></TR></TABLE>>];
+     scale_xl [label=<<TABLE BORDER="0" CELLBORDER="1" CELLSPACING="0" CELLPADDING="5"><TR><TD BGCOLOR="#a9d3d9"><B>scale — xl</B></TD></TR><TR><TD BGCOLOR="#efefef"><FONT POINT-SIZE="9" COLOR="#222222"><B>99M params</B></FONT></TD></TR><TR><TD ALIGN="LEFT"><FONT POINT-SIZE="9">fair recipe, largest net</FONT></TD></TR><TR><TD BGCOLOR="#4a4a4a"><FONT COLOR="white" POINT-SIZE="10"><B>0.270 · valid 0.591 — turns over (&lt; 50M)</B></FONT></TD></TR></TABLE>>];
  }
  subgraph cluster_inf { label=<<B>INFERENCE PROBES (decoding, contaminated bases)</B>>; fontsize=13; color="#cccccc"; style="rounded"; bgcolor="#fbfbfb";
    beam_dict [label=<<TABLE BORDER="0" CELLBORDER="1" CELLSPACING="0" CELLPADDING="5"><TR><TD BGCOLOR="#aac4dd"><B>beam + dictionary decode</B></TD></TR><TR><TD BGCOLOR="#efefef"><FONT POINT-SIZE="9" COLOR="#222222"><B>≈25M params</B></FONT></TD></TR><TR><TD ALIGN="LEFT"><FONT POINT-SIZE="9">beam search ± constrained to real words via trie (no training)</FONT></TD></TR><TR><TD BGCOLOR="#4a4a4a"><FONT COLOR="white" POINT-SIZE="10"><B>greedy 0.392 → beam+dict 0.580</B></FONT></TD></TR></TABLE>>];
    norepeat_decode [label=<<TABLE BORDER="0" CELLBORDER="1" CELLSPACING="0" CELLPADDING="5"><TR><TD BGCOLOR="#aac4dd"><B>beam+dict + no-repeat</B></TD></TR><TR><TD BGCOLOR="#efefef"><FONT POINT-SIZE="9" COLOR="#222222"><B>≈25M params</B></FONT></TD></TR><TR><TD ALIGN="LEFT"><FONT POINT-SIZE="9">beam(10) + dict-trie + never re-emit a prior guess</FONT></TD></TR><TR><TD BGCOLOR="#4a4a4a"><FONT COLOR="white" POINT-SIZE="10"><B>0.596</B></FONT></TD></TR></TABLE>>];
    turn_budget [label=<<TABLE BORDER="0" CELLBORDER="1" CELLSPACING="0" CELLPADDING="5"><TR><TD BGCOLOR="#aac4dd"><B>turn-budget probe</B></TD></TR><TR><TD BGCOLOR="#efefef"><FONT POINT-SIZE="9" COLOR="#222222"><B>≈25M params</B></FONT></TD></TR><TR><TD ALIGN="LEFT"><FONT POINT-SIZE="9">same weights, allow 6/8/10 guesses</FONT></TD></TR><TR><TD BGCOLOR="#4a4a4a"><FONT COLOR="white" POINT-SIZE="10"><B>0.392 flat</B></FONT></TD></TR></TABLE>>];
    passk [label=<<TABLE BORDER="0" CELLBORDER="1" CELLSPACING="0" CELLPADDING="5"><TR><TD BGCOLOR="#aac4dd"><B>pass@N probe</B></TD></TR><TR><TD BGCOLOR="#efefef"><FONT POINT-SIZE="9" COLOR="#222222"><B>≈50M params</B></FONT></TD></TR><TR><TD ALIGN="LEFT"><FONT POINT-SIZE="9">sample N full games/secret, count any win</FONT></TD></TR><TR><TD BGCOLOR="#4a4a4a"><FONT COLOR="white" POINT-SIZE="10"><B>greedy 0.453 → pass@10 0.787</B></FONT></TD></TR></TABLE>>];
    self_consistency [label=<<TABLE BORDER="0" CELLBORDER="1" CELLSPACING="0" CELLPADDING="5"><TR><TD BGCOLOR="#aac4dd"><B>self-consistency vote</B></TD></TR><TR><TD BGCOLOR="#efefef"><FONT POINT-SIZE="9" COLOR="#222222"><B>≈50M params</B></FONT></TD></TR><TR><TD ALIGN="LEFT"><FONT POINT-SIZE="9">sample 12 traces/turn, commit the majority vote (no filter)</FONT></TD></TR><TR><TD BGCOLOR="#4a4a4a"><FONT COLOR="white" POINT-SIZE="10"><B>vote 0.627 vs pass@12 0.953</B></FONT></TD></TR></TABLE>>];
  }
  subgraph cluster_inf2 { label=<<B>INFERENCE on the CLEAN fair weights (aided)</B>>; fontsize=13; color="#cccccc"; style="rounded"; bgcolor="#fbfbfb";
    constrained_decode [label=<<TABLE BORDER="0" CELLBORDER="1" CELLSPACING="0" CELLPADDING="5"><TR><TD BGCOLOR="#aac4dd"><B>constrained-decode diagnostic</B></TD></TR><TR><TD BGCOLOR="#efefef"><FONT POINT-SIZE="9" COLOR="#222222"><B>≈50M params</B></FONT></TD></TR><TR><TD ALIGN="LEFT"><FONT POINT-SIZE="9">greedy masked to real-word spellings; model still deduces</FONT></TD></TR><TR><TD BGCOLOR="#4a4a4a"><FONT COLOR="white" POINT-SIZE="10"><B>0.281 → 0.436 · valid 1.0 — KNOWS the words</B></FONT></TD></TR></TABLE>>];
    bestof16 [label=<<TABLE BORDER="0" CELLBORDER="1" CELLSPACING="0" CELLPADDING="5"><TR><TD BGCOLOR="#aac4dd"><B>best-of-16 (valid vote)</B></TD></TR><TR><TD BGCOLOR="#efefef"><FONT POINT-SIZE="9" COLOR="#222222"><B>≈50M params</B></FONT></TD></TR><TR><TD ALIGN="LEFT"><FONT POINT-SIZE="9">sample 16, keep real words, majority vote</FONT></TD></TR><TR><TD BGCOLOR="#4a4a4a"><FONT COLOR="white" POINT-SIZE="10"><B>0.632 · valid 0.925</B></FONT></TD></TR></TABLE>>];
    bestof16_nodict [label=<<TABLE BORDER="0" CELLBORDER="1" CELLSPACING="0" CELLPADDING="5"><TR><TD BGCOLOR="#aac4dd"><B>best-of-16 NO dict</B></TD></TR><TR><TD BGCOLOR="#efefef"><FONT POINT-SIZE="9" COLOR="#222222"><B>≈50M params</B></FONT></TD></TR><TR><TD ALIGN="LEFT"><FONT POINT-SIZE="9">same, but keep non-words too</FONT></TD></TR><TR><TD BGCOLOR="#4a4a4a"><FONT COLOR="white" POINT-SIZE="10"><B>0.243 — compute alone HURTS</B></FONT></TD></TR></TABLE>>];
    bestof64 [label=<<TABLE BORDER="0" CELLBORDER="1" CELLSPACING="0" CELLPADDING="5"><TR><TD BGCOLOR="#aac4dd"><B>best-of-64</B></TD></TR><TR><TD BGCOLOR="#efefef"><FONT POINT-SIZE="9" COLOR="#222222"><B>≈50M params</B></FONT></TD></TR><TR><TD ALIGN="LEFT"><FONT POINT-SIZE="9">N=64</FONT></TD></TR><TR><TD BGCOLOR="#4a4a4a"><FONT COLOR="white" POINT-SIZE="10"><B>0.703</B></FONT></TD></TR></TABLE>>];
    bestof128 [label=<<TABLE BORDER="0" CELLBORDER="1" CELLSPACING="0" CELLPADDING="5"><TR><TD BGCOLOR="#7fa8cf"><B>best-of-128 — BEST</B></TD></TR><TR><TD BGCOLOR="#efefef"><FONT POINT-SIZE="9" COLOR="#222222"><B>≈50M params</B></FONT></TD></TR><TR><TD ALIGN="LEFT"><FONT POINT-SIZE="9">N=128</FONT></TD></TR><TR><TD BGCOLOR="#1f5e66"><FONT COLOR="white" POINT-SIZE="10"><B>0.719 · valid 0.979 (plateau)</B></FONT></TD></TR></TABLE>>];
    beam_trie [label=<<TABLE BORDER="0" CELLBORDER="1" CELLSPACING="0" CELLPADDING="5"><TR><TD BGCOLOR="#d0d0d0"><B>beam over real-word trie</B></TD></TR><TR><TD BGCOLOR="#efefef"><FONT POINT-SIZE="9" COLOR="#222222"><B>≈50M params</B></FONT></TD></TR><TR><TD ALIGN="LEFT"><FONT POINT-SIZE="9">sequence-level argmax over valid words</FONT></TD></TR><TR><TD BGCOLOR="#4a4a4a"><FONT COLOR="white" POINT-SIZE="10"><B>queued</B></FONT></TD></TR></TABLE>>];
  }
  subgraph cluster_dep { label=<<B>DEPLOYED FRAMING</B>>; fontsize=13; color="#cccccc"; style="rounded"; bgcolor="#fbfbfb";
    deployed [label=<<TABLE BORDER="0" CELLBORDER="1" CELLSPACING="0" CELLPADDING="5"><TR><TD BGCOLOR="#d9c89a"><B>deployed real-Wordle player</B></TD></TR><TR><TD BGCOLOR="#efefef"><FONT POINT-SIZE="9" COLOR="#222222"><B>≈50M params</B></FONT></TD></TR><TR><TD ALIGN="LEFT"><FONT POINT-SIZE="9">trained on all 2,315 known answers (fixed set = the real game)</FONT></TD></TR><TR><TD BGCOLOR="#4a4a4a"><FONT COLOR="white" POINT-SIZE="10"><B>~0.62 (legit deployed, framing)</B></FONT></TD></TR></TABLE>>];
  }
  sft_3m -> sft_5m [label="scale+depth"];
  sft_5m -> sft_25m [label="5x params"];
  sft_25m -> sft_25m_div [label="diverse secrets"];
  sft_25m -> scale_99m [label="pure scale"];
  scale_99m -> codesign_50m [label="redesign+curriculum"];
  codesign_50m -> sft_deep [label="isolate redesign, converge"];
  sft_deep -> sft_aux [label="add spelling loss"];
  sft_aux -> sft_aux_xl [label="scale aux"];
  sft_3m -> bpe_12m [label="swap to BPE"];
  bpe_12m -> bpe_50m [label="capacity test"];
  oreo_11m -> oreo_50m [label="scale"];
  sft_aux -> structured_ctx [label="add state block"];
  sft_aux -> passk [label="pass@N probe"];
  sft_25m -> beam_dict [label="beam+dict"];
  sft_25m -> norepeat_decode [label="+no-repeat"];
  sft_25m -> turn_budget [label="more guesses"];
  passk -> cot_14m [label="reason to surface latent"];
  cot_14m -> cot_50m [label="scale CoT"];
  cot_50m -> cot_50m_aux [label="+aux"];
  cot_50m -> cot_show [label="integrity A/B"];
  cot_show -> cot_eph [label="throwaway scratchpad (fix leak)"];
  sft_deep -> cot_eph [label="matched baseline"];
  cot_eph -> cot_eph_aux [label="stack +aux"];
  sft_aux -> cot_eph_aux [label="the spelling lever"];
  sft_5m -> grpo_5m [label="RL?"];
  grpo_5m -> grpo_5m_div [label="diverse"];
  sft_25m -> self_distill_25m [label="bank spelling"];
  self_distill_25m -> rl_consistency [label="legality reward"];
  self_distill_25m -> rl_perguess [label="per-guess credit"];
  self_distill_25m -> rl_dict [label="dict-in-loop"];
  self_distill_25m -> rl_constrained [label="surface the answer"];
  sft_aux -> rl_polish [label="polish best"];
  sft_aux -> rl_infogain [label="info-gain term"];
  cot_eph_aux -> rl_expert_10row [label="expert-iter"];
  rl_expert_10row -> rl_expert_tail [label="reachability"];
  rl_expert_10row -> rl_grpo_polish [label="token-GRPO"];
  cot_eph_aux -> self_consistency [label="vote vs pass@N"];
  cot_eph_aux -> dpo_commit [label="DPO commit"];
  cot_eph_aux -> dpo_decisive [label="clean pairs"];
  dpo_commit -> dpo_guessonly [label="guess-only"];
  cot_eph_aux -> constraint_aux [label="train-in reward"];
  dpo_commit -> dagger_v1 [label="failure relabel"];
  dpo_commit -> rl_grpo_reward [label="GRPO+reward"];
  dpo_commit -> rl_grpo_guessonly [label="guess-only credit"];
  dagger_v1 -> dagger_v2 [label="full coverage"];
  cot_eph_aux -> audit [label="is it correct?"];
  dpo_commit -> audit [label="audit 0.631 too"];
  cot_eph_aux -> clean_rerun [label="re-run leak-free"];
  clean_rerun -> overnight_clean_sft [label="clean base"];
  overnight_clean_sft -> overnight_clean_dpo [label="DPO"];
  overnight_clean_sft -> overnight_clean_grpo [label="GRPO"];
  overnight_clean_sft -> overnight_clean_dagger [label="DAgger"];
  overnight_clean_dagger -> overnight_clean_dagger2 [label="×2"];
  overnight_clean_sft -> fair_stage1 [label="know dict, hide answers"];
  fair_stage1 -> distill_constrained [label="push validity"];
  fair_stage1 -> infogain_xit_c [label="info-gain XIT"];
  fair_stage1 -> infogain_xit_f [label="free / STaR"];
  fair_stage1 -> dpo_fair [label="retry DPO clean"];
  distill_constrained -> grpo_full_fair [label="long GRPO"];
  fair_stage1 -> scale_tiny [label="shrink"];
  fair_stage1 -> scale_base [label="mid"];
  fair_stage1 -> scale_xl [label="grow"];
  fair_stage1 -> constrained_decode [label="mask spelling (diagnostic)"];
  fair_stage1 -> bestof16 [label="test-time compute"];
  fair_stage1 -> bestof16_nodict [label="no-dict ablation"];
  bestof16 -> bestof64 [label="N=64"];
  bestof64 -> bestof128 [label="N=128"];
  fair_stage1 -> beam_trie [label="beam"];
  cot_eph_aux -> deployed [label="deployed framing"];
  dpo_commit -> deployed [label="best deployed"];
}
